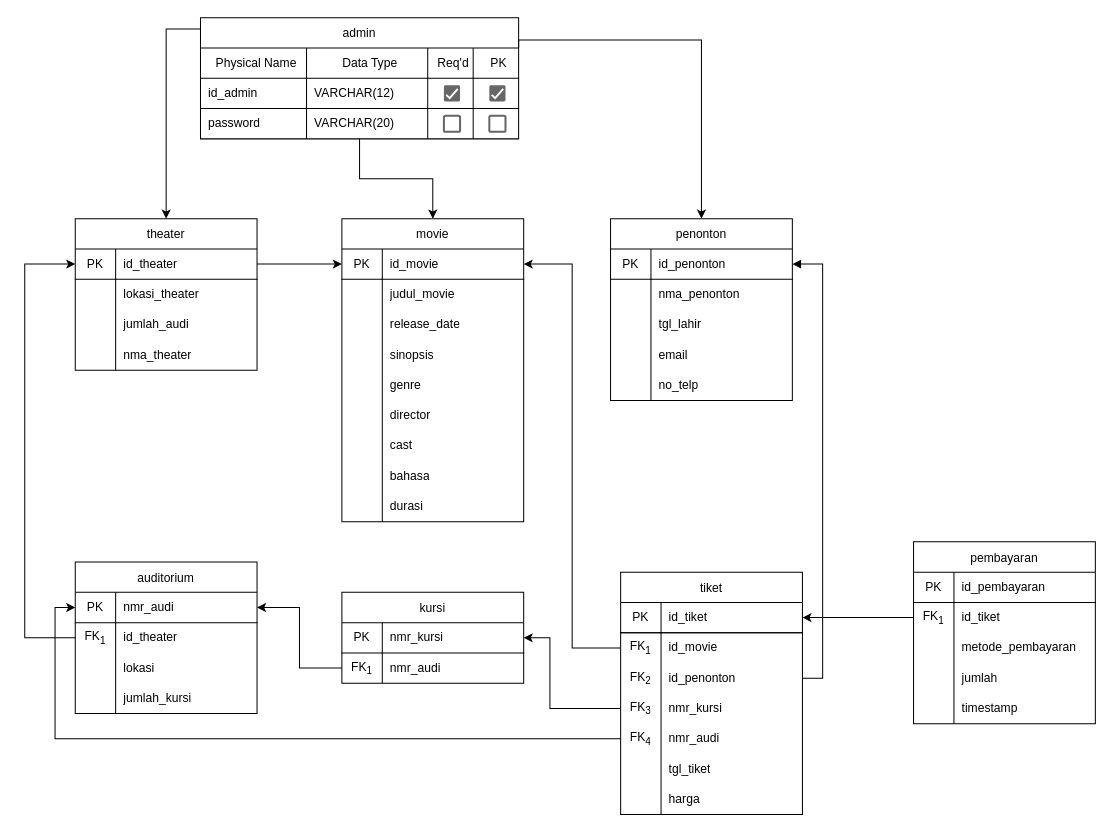
vinnnna/sistem-basis-data keeps this draw.io diagram as movie_pdm.drawio. Above is the earlier version. Source tidied: cells renumbered, new cells numbered last; positions are measured from the earlier drawing's top-left corner, leaving out a move shared by most shapes. Both pictures are drawn from the tidied source at 101%, with x=0, y=0 at pixel (24, 17).
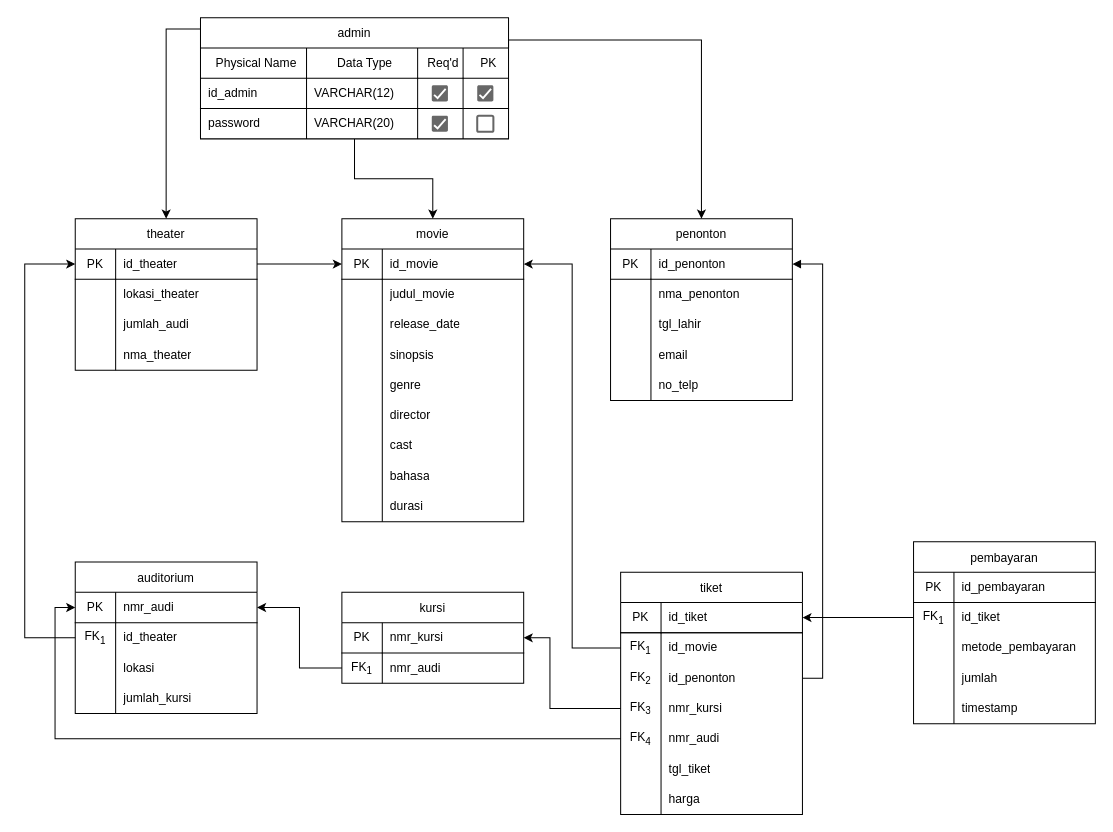
The same page after the edit.

Diff of the diagram source:
```diff
@@
     <mxCell id="99" value="admin" style="shape=table;startSize=30;childLayout=tableLayout;rowLines=0;fontStyle=0;strokeColor=default;fontSize=12;" parent="1" vertex="1">
-      <mxGeometry x="174" width="315" height="120" as="geometry" />
+      <mxGeometry x="174" width="305" height="120" as="geometry" />
     </mxCell>
     <mxCell id="100" style="shape=tableRow;horizontal=0;startSize=0;swimlaneHead=0;swimlaneBody=0;top=0;left=0;bottom=0;right=0;fillColor=none;strokeColor=inherit;fontSize=12;" parent="99" vertex="1">
-      <mxGeometry y="30" width="315" height="30" as="geometry" />
+      <mxGeometry y="30" width="305" height="30" as="geometry" />
     </mxCell>
@@
     <mxCell id="102" value="Data Type" style="shape=partialRectangle;html=1;whiteSpace=wrap;fillColor=none;top=0;left=0;bottom=1;right=0;align=center;spacingLeft=6;overflow=hidden;strokeColor=inherit;fontSize=12;strokeWidth=1;" parent="100" vertex="1">
-      <mxGeometry x="105" width="120" height="30" as="geometry" />
+      <mxGeometry x="105" width="110" height="30" as="geometry" />
     </mxCell>
     <mxCell id="103" value="Req'd" style="shape=partialRectangle;html=1;whiteSpace=wrap;fillColor=none;top=0;left=0;bottom=1;right=0;align=center;spacingLeft=6;overflow=hidden;strokeColor=inherit;fontSize=12;strokeWidth=1;" parent="100" vertex="1">
-      <mxGeometry x="225" width="45" height="30" as="geometry" />
+      <mxGeometry x="215" width="45" height="30" as="geometry" />
     </mxCell>
     <mxCell id="104" value="PK" style="shape=partialRectangle;html=1;whiteSpace=wrap;fillColor=none;top=0;left=0;bottom=1;right=0;align=center;spacingLeft=6;overflow=hidden;strokeColor=inherit;fontSize=12;strokeWidth=1;" parent="100" vertex="1">
-      <mxGeometry x="270" width="45" height="30" as="geometry" />
+      <mxGeometry x="260" width="45" height="30" as="geometry" />
     </mxCell>
     <mxCell id="105" style="shape=tableRow;horizontal=0;startSize=0;swimlaneHead=0;swimlaneBody=0;top=0;left=0;bottom=0;right=0;fillColor=none;strokeColor=inherit;fontSize=12;" parent="99" vertex="1">
-      <mxGeometry y="60" width="315" height="30" as="geometry" />
+      <mxGeometry y="60" width="305" height="30" as="geometry" />
     </mxCell>
@@
     <mxCell id="107" value="VARCHAR(12)" style="shape=partialRectangle;html=1;whiteSpace=wrap;fillColor=none;top=0;left=0;bottom=1;right=0;align=left;spacingLeft=6;overflow=hidden;strokeColor=inherit;fontSize=12;strokeWidth=1;" parent="105" vertex="1">
-      <mxGeometry x="105" width="120" height="30" as="geometry" />
+      <mxGeometry x="105" width="110" height="30" as="geometry" />
     </mxCell>
     <mxCell id="108" style="shape=partialRectangle;html=1;whiteSpace=wrap;fillColor=none;top=0;left=0;bottom=1;right=0;align=left;spacingLeft=6;overflow=hidden;strokeColor=inherit;fontSize=12;strokeWidth=1;" parent="105" vertex="1">
-      <mxGeometry x="225" width="45" height="30" as="geometry" />
+      <mxGeometry x="215" width="45" height="30" as="geometry" />
     </mxCell>
     <mxCell id="109" style="shape=partialRectangle;html=1;whiteSpace=wrap;fillColor=none;top=0;left=0;bottom=1;right=0;align=left;spacingLeft=6;overflow=hidden;strokeColor=inherit;fontSize=12;strokeWidth=1;" parent="105" vertex="1">
-      <mxGeometry x="270" width="45" height="30" as="geometry" />
+      <mxGeometry x="260" width="45" height="30" as="geometry" />
     </mxCell>
     <mxCell id="110" style="shape=tableRow;horizontal=0;startSize=0;swimlaneHead=0;swimlaneBody=0;top=0;left=0;bottom=0;right=0;fillColor=none;strokeColor=inherit;fontSize=12;" parent="99" vertex="1">
-      <mxGeometry y="90" width="315" height="30" as="geometry" />
+      <mxGeometry y="90" width="305" height="30" as="geometry" />
     </mxCell>
@@
     <mxCell id="112" value="VARCHAR(20)" style="shape=partialRectangle;html=1;whiteSpace=wrap;fillColor=none;top=0;left=0;bottom=0;right=0;align=left;spacingLeft=6;overflow=hidden;strokeColor=inherit;fontSize=12;" parent="110" vertex="1">
-      <mxGeometry x="105" width="120" height="30" as="geometry" />
+      <mxGeometry x="105" width="110" height="30" as="geometry" />
     </mxCell>
     <mxCell id="113" style="shape=partialRectangle;html=1;whiteSpace=wrap;fillColor=none;top=0;left=0;bottom=0;right=0;align=left;spacingLeft=6;overflow=hidden;strokeColor=inherit;fontSize=12;" parent="110" vertex="1">
-      <mxGeometry x="225" width="45" height="30" as="geometry" />
+      <mxGeometry x="215" width="45" height="30" as="geometry" />
     </mxCell>
     <mxCell id="114" style="shape=partialRectangle;html=1;whiteSpace=wrap;fillColor=none;top=0;left=0;bottom=0;right=0;align=left;spacingLeft=6;overflow=hidden;strokeColor=inherit;fontSize=12;" parent="110" vertex="1">
-      <mxGeometry x="270" width="45" height="30" as="geometry" />
+      <mxGeometry x="260" width="45" height="30" as="geometry" />
     </mxCell>
@@
     <mxCell id="144" style="dashed=0;labelPosition=right;align=left;shape=mxgraph.gmdl.checkbox;strokeColor=none;fillColor=#676767;strokeWidth=2;sketch=0;html=1;" parent="1" vertex="1">
-      <mxGeometry x="415" y="67" width="16" height="16" as="geometry" />
+      <mxGeometry x="403" y="67" width="16" height="16" as="geometry" />
     </mxCell>
-    <mxCell id="145" style="dashed=0;labelPosition=right;align=left;shape=mxgraph.gmdl.checkbox;strokeColor=#666666;fillColor=none;strokeWidth=2;sketch=0;html=1;" parent="1" vertex="1">
-      <mxGeometry x="415" y="97" width="16" height="16" as="geometry" />
-    </mxCell>
     <mxCell id="146" style="dashed=0;labelPosition=right;align=left;shape=mxgraph.gmdl.checkbox;strokeColor=none;fillColor=#676767;strokeWidth=2;sketch=0;html=1;" parent="1" vertex="1">
-      <mxGeometry x="460" y="67" width="16" height="16" as="geometry" />
+      <mxGeometry x="448" y="67" width="16" height="16" as="geometry" />
     </mxCell>
     <mxCell id="147" style="dashed=0;labelPosition=right;align=left;shape=mxgraph.gmdl.checkbox;strokeColor=#666666;fillColor=none;strokeWidth=2;sketch=0;html=1;" parent="1" vertex="1">
-      <mxGeometry x="460" y="97" width="16" height="16" as="geometry" />
+      <mxGeometry x="448" y="97" width="16" height="16" as="geometry" />
     </mxCell>
+    <mxCell id="148" style="dashed=0;labelPosition=right;align=left;shape=mxgraph.gmdl.checkbox;strokeColor=none;fillColor=#676767;strokeWidth=2;sketch=0;html=1;" parent="1" vertex="1">
+      <mxGeometry x="403" y="97" width="16" height="16" as="geometry" />
+    </mxCell>
```
